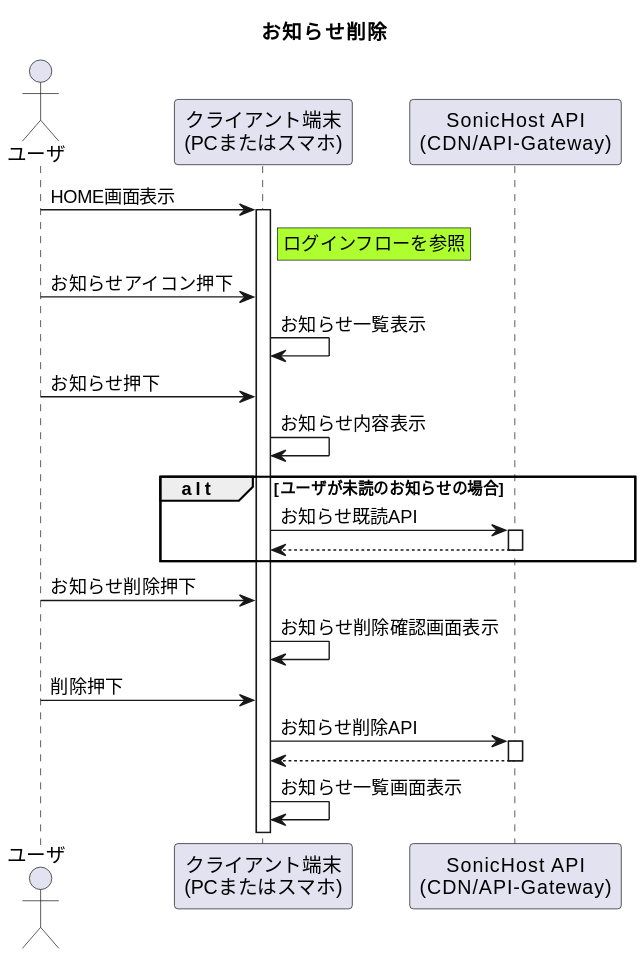
Before: 01_Sequences/04_Notification/02_deleteNotificationFlow/deleteNotificationFlow.svg, a diagram exported from PlantUML (Sonic-Host/documents).
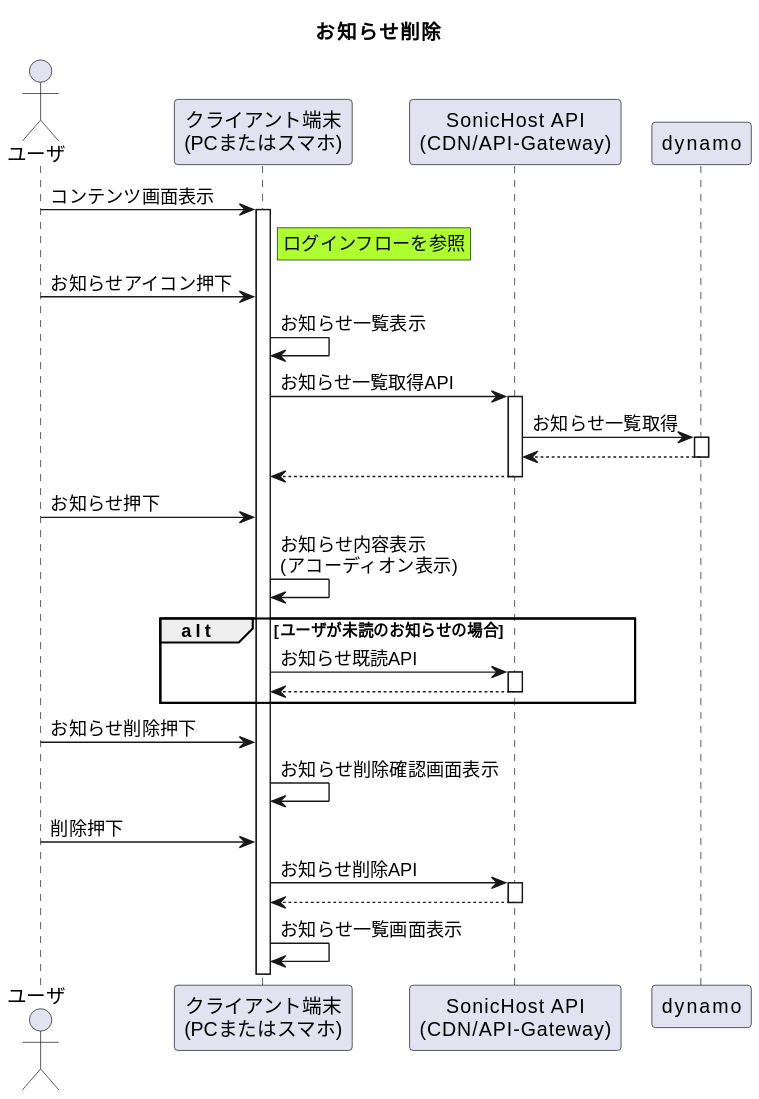
Above is the later version.

Diff of the diagram source:
```diff
@@ -5,14 +5,18 @@
 participant "クライアント端末\n(PCまたはスマホ)" as device
 participant "SonicHost API\n(CDN/API-Gateway)" as api
 
-user -> device ++: HOME画面表示
+user -> device ++: コンテンツ画面表示
 rnote right of device #GreenYellow
     ログインフローを参照
 end note
 user -> device : お知らせアイコン押下
 device -> device : お知らせ一覧表示
+device -> api ++ : お知らせ一覧取得API
+api -> dynamo ++ : お知らせ一覧取得
+api <-- dynamo --
+device <-- api --
 user -> device : お知らせ押下
-device -> device : お知らせ内容表示
+device -> device : お知らせ内容表示\n(アコーディオン表示)
 alt ユーザが未読のお知らせの場合
     device -> api ++ : お知らせ既読API
     device <-- api --
```
